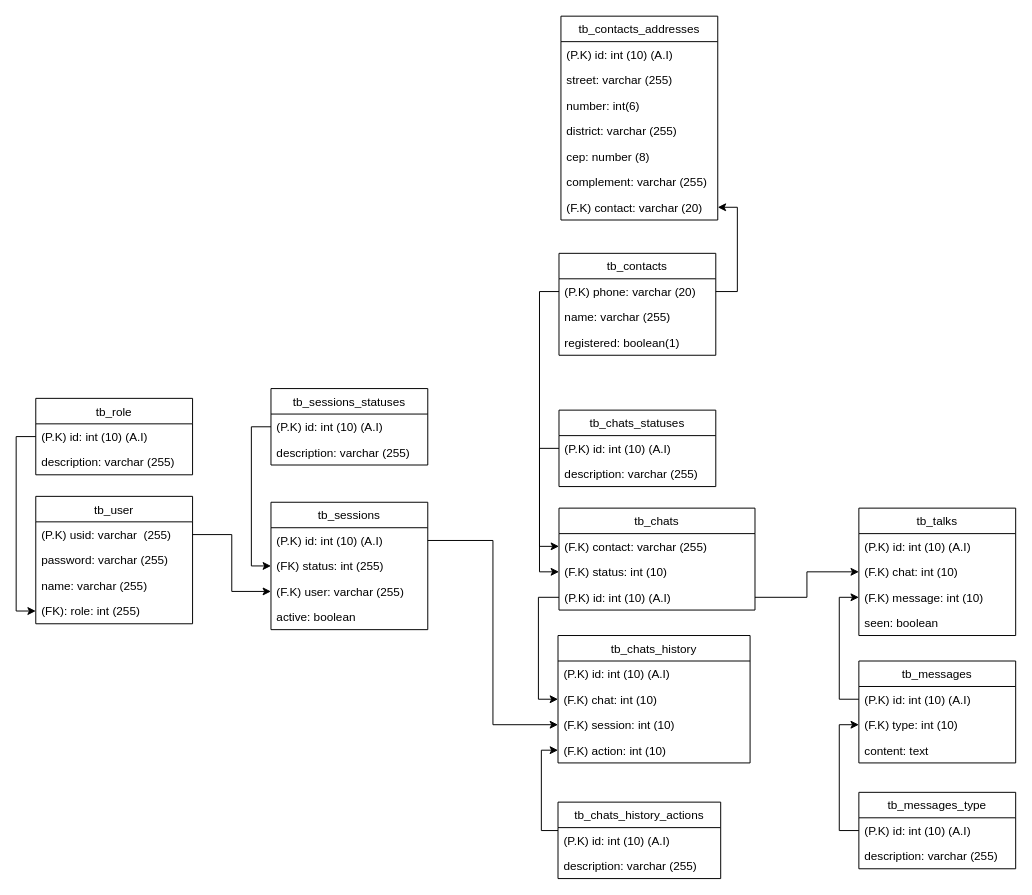
aka-sacci/chatbot-whatsapp-api keeps this draw.io diagram as src/database/database.drawio. Above is the earlier version. Source tidied: cells renumbered, new cells numbered last; positions are measured from the earlier drawing's top-left corner, leaving out a move shared by most shapes. Both pictures are drawn from the tidied source at 98%, with x=0, y=0 at pixel (35, 16).
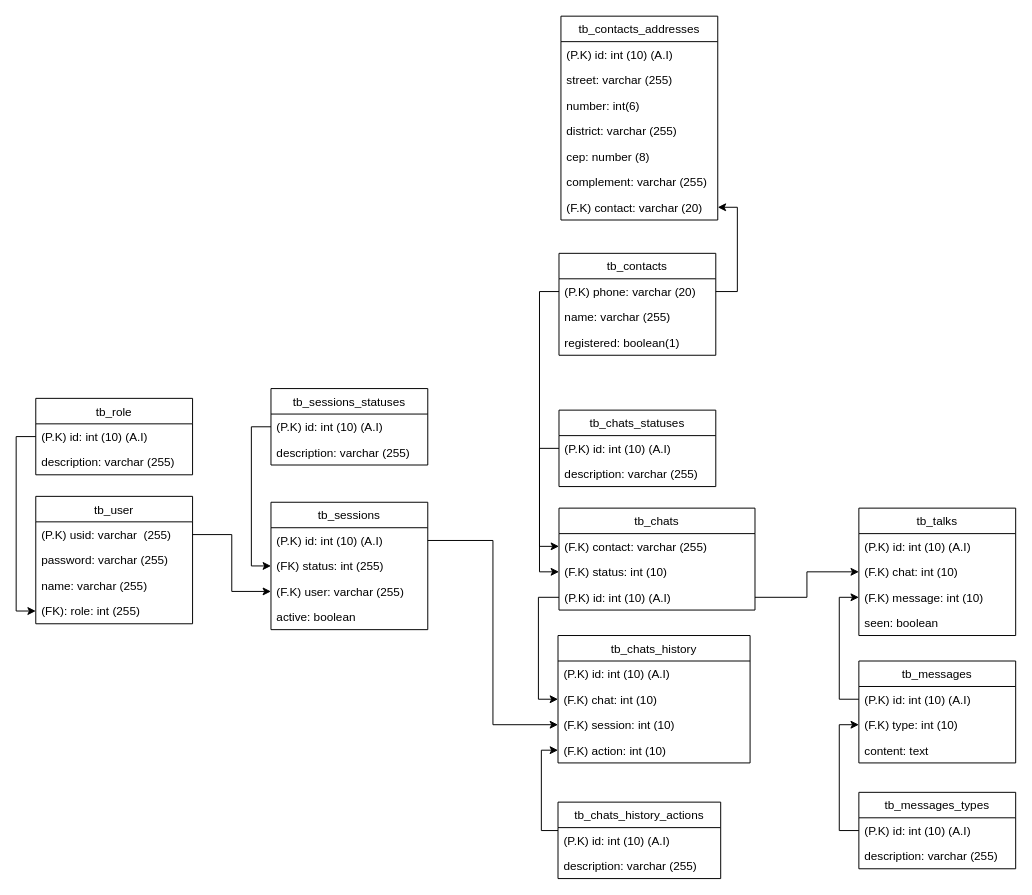
After the change.

Change to the diagram source:
```diff
@@
-    <mxCell id="38" value="tb_messages_type" style="swimlane;fontStyle=0;horizontal=1;startSize=26;fillColor=none;" parent="1" vertex="1">
+    <mxCell id="38" value="tb_messages_types" style="swimlane;fontStyle=0;horizontal=1;startSize=26;fillColor=none;" parent="1" vertex="1">
       <mxGeometry x="839.9" y="792" width="160" height="78" as="geometry" />
     </mxCell>
```
